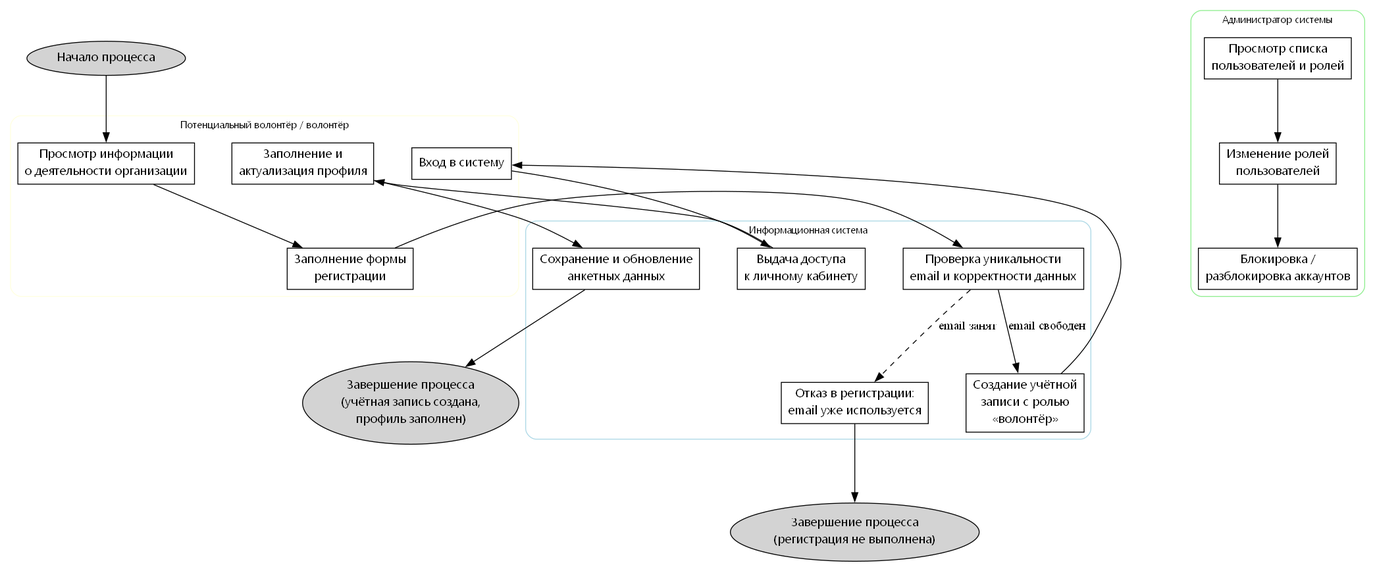
Earlier version of the Graphviz export volunteerWebDocs/Diagrams/bp1_accounts.png (BronyLong/volunteer-web). Its source is kept beside it as volunteerWebDocs/Diagrams/bp1_accounts.dot.
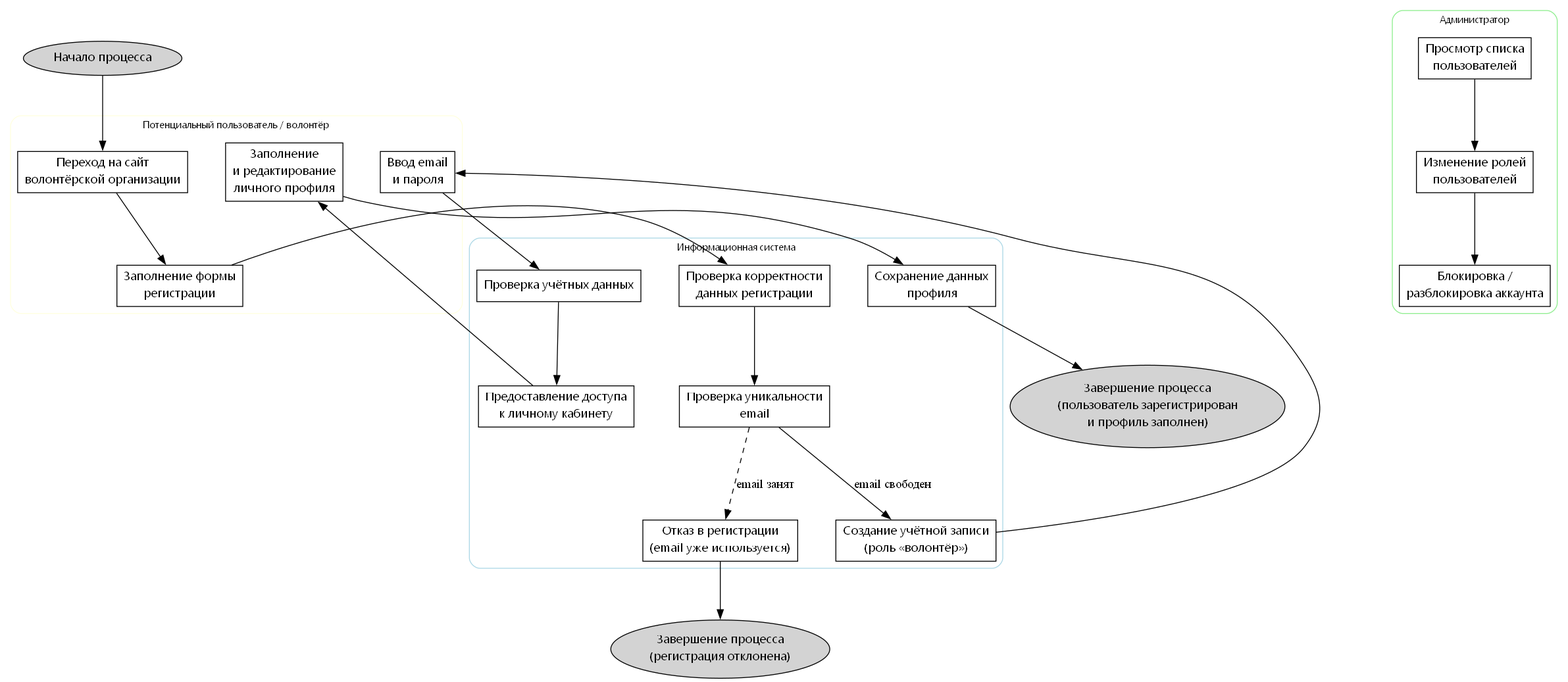
The same file after the commit.

The edit, as a diff of the source:
```diff
@@ -1,4 +1,5 @@
-digraph BP1_Accounts {
+digraph BP1_AccountManagement {
+
     rankdir=TB;
     ranksep=0.9;
     nodesep=0.6;
@@ -7,18 +8,18 @@
     node [fontname="Segoe UI", shape=box];
 
     start  [label="Начало процесса", shape=oval, style=filled, fillcolor="lightgrey"];
-    end_ok [label="Завершение процесса\n(учётная запись создана,\nпрофиль заполнен)", shape=oval, style=filled, fillcolor="lightgrey"];
-    end_fail [label="Завершение процесса\n(регистрация не выполнена)", shape=oval, style=filled, fillcolor="lightgrey"];
+    end_ok [label="Завершение процесса\n(пользователь зарегистрирован\nи профиль заполнен)", shape=oval, style=filled, fillcolor="lightgrey"];
+    end_fail [label="Завершение процесса\n(регистрация отклонена)", shape=oval, style=filled, fillcolor="lightgrey"];
 
     subgraph cluster_volunteer {
-        label = "Потенциальный волонтёр / волонтёр";
+        label = "Потенциальный пользователь / волонтёр";
         style = "rounded";
         color = "lightyellow";
 
-        v_view_site     [label="Просмотр информации\nо деятельности организации"];
-        v_register      [label="Заполнение формы\nрегистрации"];
-        v_login         [label="Вход в систему"];
-        v_edit_profile  [label="Заполнение и\nактуализация профиля"];
+        v_visit_site   [label="Переход на сайт\nволонтёрской организации"];
+        v_register     [label="Заполнение формы\nрегистрации"];
+        v_login        [label="Ввод email\nи пароля"];
+        v_edit_profile [label="Заполнение\nи редактирование\nличного профиля"];
     }
 
     subgraph cluster_system {
@@ -26,29 +27,33 @@
         style = "rounded";
         color = "lightblue";
 
-        s_check_email    [label="Проверка уникальности\nemail и корректности данных"];
-        s_email_taken    [label="Отказ в регистрации:\nemail уже используется"];
-        s_create_account [label="Создание учётной\nзаписи с ролью\n«волонтёр»"];
-        s_auth_ok        [label="Выдача доступа\nк личному кабинету"];
-        s_store_profile  [label="Сохранение и обновление\nанкетных данных"];
+        s_validate_data  [label="Проверка корректности\nданных регистрации"];
+        s_check_email    [label="Проверка уникальности\nemail"];
+        s_create_account [label="Создание учётной записи\n(роль «волонтёр»)"];
+        s_authenticate   [label="Проверка учётных данных"];
+        s_open_dashboard [label="Предоставление доступа\nк личному кабинету"];
+        s_save_profile   [label="Сохранение данных\nпрофиля"];
+        s_email_error    [label="Отказ в регистрации\n(email уже используется)"];
     }
 
     subgraph cluster_admin {
-        label = "Администратор системы";
+        label = "Администратор";
         style = "rounded";
         color = "lightgreen";
 
-        a_view_users    [label="Просмотр списка\nпользователей и ролей"];
-        a_update_roles  [label="Изменение ролей\nпользователей"];
-        a_block_user    [label="Блокировка /\nразблокировка аккаунтов"];
+        a_view_users   [label="Просмотр списка\nпользователей"];
+        a_change_role  [label="Изменение ролей\nпользователей"];
+        a_block_user   [label="Блокировка /\nразблокировка аккаунта"];
     }
 
-    start -> v_view_site -> v_register -> s_check_email;
+    start -> v_visit_site -> v_register -> s_validate_data -> s_check_email;
+
     s_check_email -> s_create_account [label="email свободен"];
-    s_check_email -> s_email_taken   [label="email занят", style=dashed];
+    s_check_email -> s_email_error [label="email занят", style=dashed];
 
-    s_create_account -> v_login -> s_auth_ok -> v_edit_profile -> s_store_profile -> end_ok;
-    s_email_taken -> end_fail;
+    s_create_account -> v_login -> s_authenticate -> s_open_dashboard -> v_edit_profile -> s_save_profile -> end_ok;
 
-    a_view_users -> a_update_roles -> a_block_user;
+    s_email_error -> end_fail;
+
+    a_view_users -> a_change_role -> a_block_user;
 }
```
